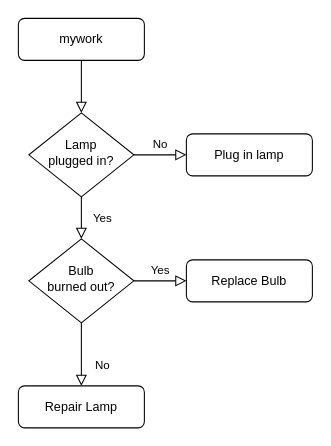
The draw.io diagram 未命名绘图.drawio in wuxiyabear/books, before the edit. Source tidied: cells renumbered, new cells numbered last; positions are measured from the earlier drawing's top-left corner, leaving out a move shared by most shapes. Both pictures are drawn from the tidied source at 105%, with x=0, y=0 at pixel (18, 18).
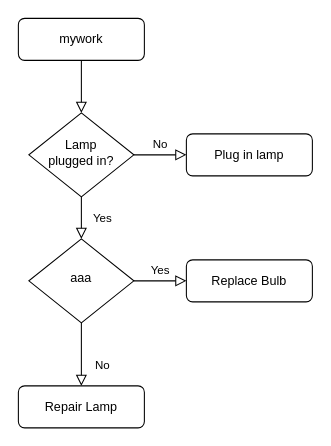
The same diagram, later.

What changed in the source:
```diff
@@
 <mxGraphModel>
   <root>
     <mxCell id="0" />
     <mxCell id="1" parent="0" />
     <mxCell id="2" style="rounded=0;html=1;jettySize=auto;fontSize=11;endArrow=block;endFill=0;endSize=8;strokeWidth=1;shadow=0;labelBackgroundColor=none;edgeStyle=orthogonalEdgeStyle;" parent="1" edge="1" source="3" target="6">
       <mxGeometry relative="1" as="geometry" />
     </mxCell>
     <mxCell id="3" value="mywork" style="rounded=1;whiteSpace=wrap;html=1;fontSize=12;glass=0;strokeWidth=1;shadow=0;" parent="1" vertex="1">
       <mxGeometry width="120" height="40" as="geometry" />
     </mxCell>
     <mxCell id="4" value="Yes" style="rounded=0;html=1;jettySize=auto;fontSize=11;endArrow=block;endFill=0;endSize=8;strokeWidth=1;shadow=0;labelBackgroundColor=none;edgeStyle=orthogonalEdgeStyle;" parent="1" edge="1" source="6" target="10">
       <mxGeometry y="20" relative="1" as="geometry" />
     </mxCell>
     <mxCell id="5" value="No" style="edgeStyle=orthogonalEdgeStyle;rounded=0;html=1;jettySize=auto;fontSize=11;endArrow=block;endFill=0;endSize=8;strokeWidth=1;shadow=0;labelBackgroundColor=none;" parent="1" edge="1" source="6" target="7">
       <mxGeometry y="10" relative="1" as="geometry" />
     </mxCell>
     <mxCell id="6" value="Lamp&lt;br&gt;plugged in?" style="rhombus;whiteSpace=wrap;html=1;shadow=0;fontFamily=Helvetica;fontSize=12;align=center;strokeWidth=1;spacing=6;spacingTop=-4;" parent="1" vertex="1">
       <mxGeometry x="10" y="90" width="100" height="80" as="geometry" />
     </mxCell>
     <mxCell id="7" value="Plug in lamp" style="rounded=1;whiteSpace=wrap;html=1;fontSize=12;glass=0;strokeWidth=1;shadow=0;" parent="1" vertex="1">
       <mxGeometry x="160" y="110" width="120" height="40" as="geometry" />
     </mxCell>
     <mxCell id="8" value="No" style="rounded=0;html=1;jettySize=auto;fontSize=11;endArrow=block;endFill=0;endSize=8;strokeWidth=1;shadow=0;labelBackgroundColor=none;edgeStyle=orthogonalEdgeStyle;" parent="1" edge="1" source="10" target="11">
       <mxGeometry x="0.33" y="20" relative="1" as="geometry" />
     </mxCell>
     <mxCell id="9" value="Yes" style="edgeStyle=orthogonalEdgeStyle;rounded=0;html=1;jettySize=auto;fontSize=11;endArrow=block;endFill=0;endSize=8;strokeWidth=1;shadow=0;labelBackgroundColor=none;" parent="1" edge="1" source="10" target="12">
       <mxGeometry y="10" relative="1" as="geometry" />
     </mxCell>
-    <mxCell id="10" value="Bulb&lt;br&gt;burned out?" style="rhombus;whiteSpace=wrap;html=1;shadow=0;fontFamily=Helvetica;fontSize=12;align=center;strokeWidth=1;spacing=6;spacingTop=-4;" parent="1" vertex="1">
+    <mxCell id="10" value="aaa" style="rhombus;whiteSpace=wrap;html=1;shadow=0;fontFamily=Helvetica;fontSize=12;align=center;strokeWidth=1;spacing=6;spacingTop=-4;" parent="1" vertex="1">
       <mxGeometry x="10" y="210" width="100" height="80" as="geometry" />
     </mxCell>
     <mxCell id="11" value="Repair Lamp" style="rounded=1;whiteSpace=wrap;html=1;fontSize=12;glass=0;strokeWidth=1;shadow=0;" parent="1" vertex="1">
       <mxGeometry y="350" width="120" height="40" as="geometry" />
     </mxCell>
     <mxCell id="12" value="Replace Bulb" style="rounded=1;whiteSpace=wrap;html=1;fontSize=12;glass=0;strokeWidth=1;shadow=0;" parent="1" vertex="1">
       <mxGeometry x="160" y="230" width="120" height="40" as="geometry" />
     </mxCell>
   </root>
 </mxGraphModel>
```
